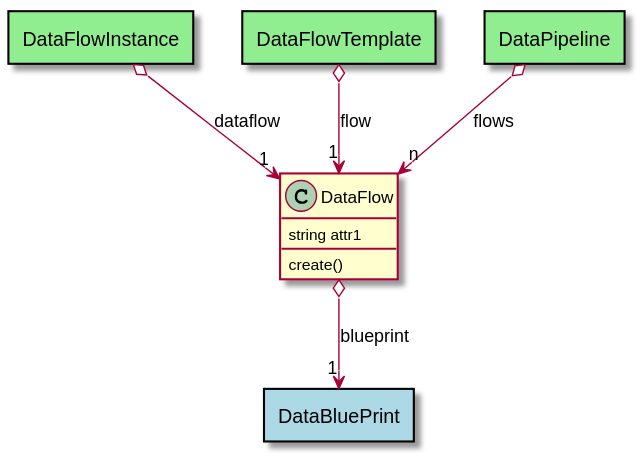
madajaju/edgemere keeps this PlantUML diagram as docs/edgemere/diml/ddf/models/dataflow/logical.svg. Above is the earlier version.
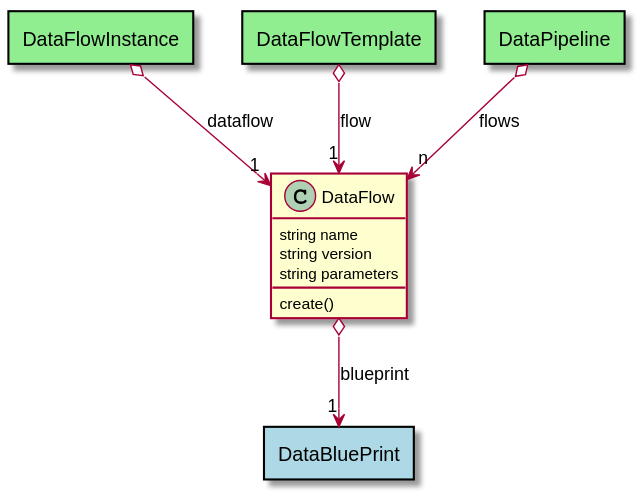
Later version of the same file.

Change to the diagram source:
```diff
@@ -1,7 +1,9 @@
 @startuml
 
 class "DataFlow" as Model {
- string attr1
+ string name
+ string version
+ string parameters
 
  create()
 
```
